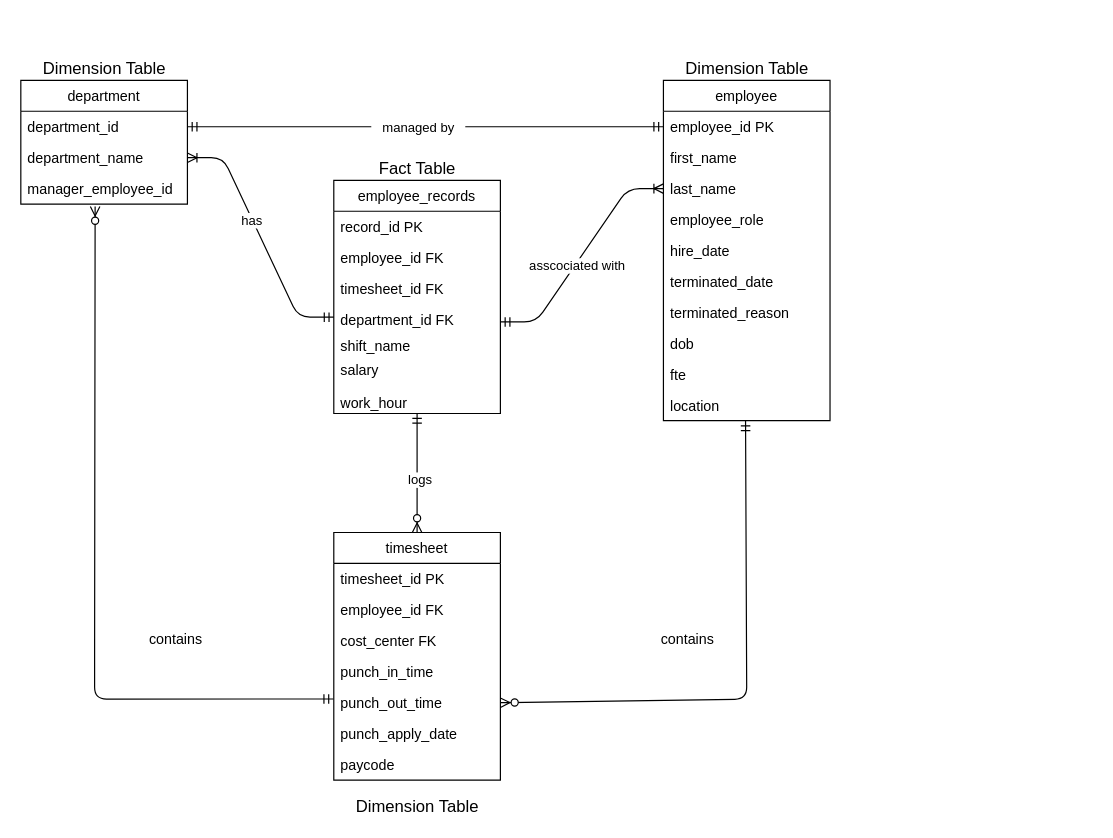
Before: assignment-day-1/docs/er-logical.drawio in nischalbadal/data-warehouse-assignments-leapfrog, a draw.io diagram. Source tidied: cells renumbered, new cells numbered last; positions are measured from the earlier drawing's top-left corner, leaving out a move shared by most shapes. Both pictures are drawn from the tidied source at 119%, with x=0, y=0 at pixel (20, 56).
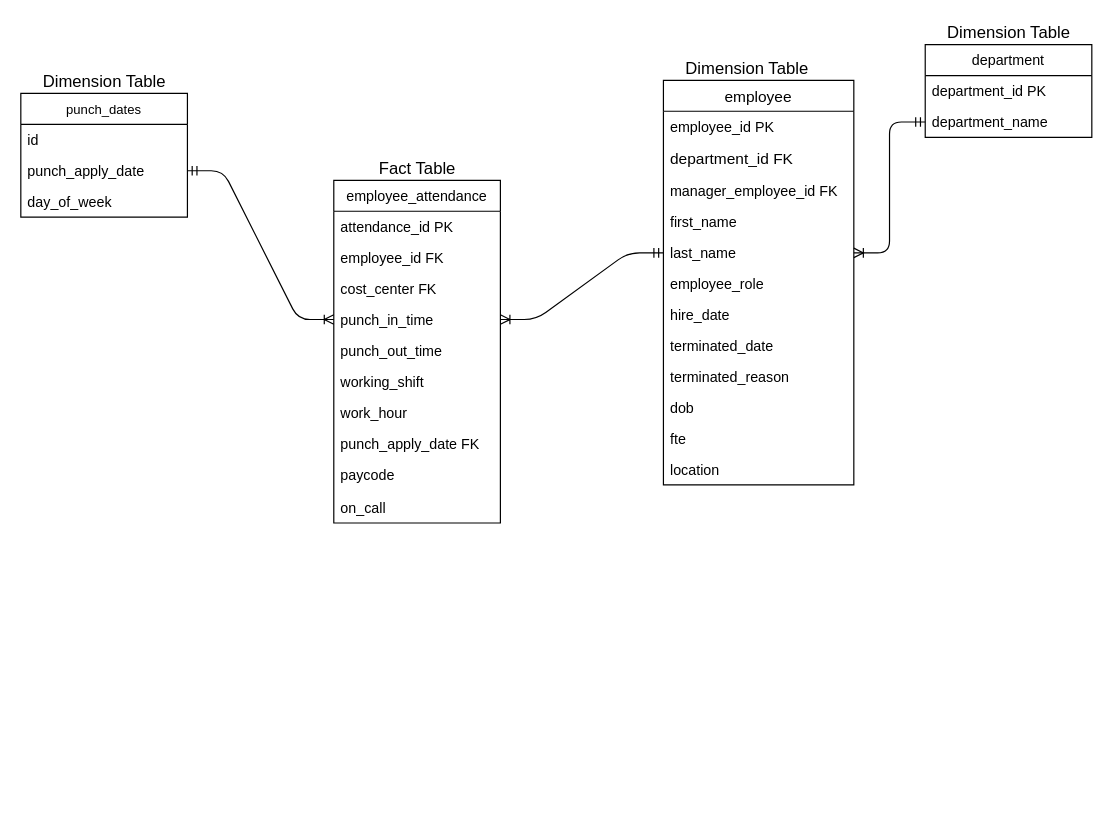
The same diagram, later.

Commit message (it also covers changes not shown here):
fixed document extension to .md

Unchanged cells that the change refers to:
```xml
<mxCell id="12" value="department_name" style="text;strokeColor=none;fillColor=none;align=left;verticalAlign=top;spacingLeft=4;spacingRight=4;overflow=hidden;points=[[0,0.5],[1,0.5]];portConstraint=eastwest;" parent="10" vertex="1">
  <mxGeometry y="52" width="140" height="26" as="geometry" />
</mxCell>
<mxCell id="33" value="punch_in_time" style="text;strokeColor=none;fillColor=none;align=left;verticalAlign=top;spacingLeft=4;spacingRight=4;overflow=hidden;points=[[0,0.5],[1,0.5]];portConstraint=eastwest;" parent="29" vertex="1">
  <mxGeometry y="104" width="140" height="26" as="geometry" />
</mxCell>
<mxCell id="34" value="punch_out_time" style="text;strokeColor=none;fillColor=none;align=left;verticalAlign=top;spacingLeft=4;spacingRight=4;overflow=hidden;points=[[0,0.5],[1,0.5]];portConstraint=eastwest;" parent="29" vertex="1">
  <mxGeometry y="130" width="140" height="26" as="geometry" />
</mxCell>
```

Change to the diagram source:
```diff
@@
-    <mxCell id="2" value="employee_records" style="swimlane;fontStyle=0;horizontal=1;startSize=26;" parent="1" vertex="1">
-      <mxGeometry x="263" y="104" width="140" height="196" as="geometry" />
-    </mxCell>
-    <mxCell id="3" value="record_id PK" style="text;strokeColor=none;fillColor=none;align=left;verticalAlign=top;spacingLeft=4;spacingRight=4;overflow=hidden;" parent="2" vertex="1">
-      <mxGeometry y="26" width="140" height="26" as="geometry" />
-    </mxCell>
-    <mxCell id="4" value="employee_id FK&#10;" style="text;strokeColor=none;fillColor=none;align=left;verticalAlign=top;spacingLeft=4;spacingRight=4;overflow=hidden;" parent="2" vertex="1">
-      <mxGeometry y="52" width="140" height="26" as="geometry" />
-    </mxCell>
-    <mxCell id="5" value="timesheet_id FK" style="text;strokeColor=none;fillColor=none;align=left;verticalAlign=top;spacingLeft=4;spacingRight=4;overflow=hidden;" parent="2" vertex="1">
-      <mxGeometry y="78" width="140" height="26" as="geometry" />
-    </mxCell>
-    <mxCell id="6" value="department_id FK" style="text;strokeColor=none;fillColor=none;align=left;verticalAlign=top;spacingLeft=4;spacingRight=4;overflow=hidden;points=[[0,0.5],[1,0.5]];portConstraint=eastwest;" parent="2" vertex="1">
-      <mxGeometry y="104" width="140" height="22" as="geometry" />
-    </mxCell>
-    <mxCell id="7" value="shift_name" style="text;strokeColor=none;fillColor=none;align=left;verticalAlign=top;spacingLeft=4;spacingRight=4;overflow=hidden;" parent="2" vertex="1">
-      <mxGeometry y="126" width="140" height="20" as="geometry" />
-    </mxCell>
-    <mxCell id="8" value="salary" style="text;strokeColor=none;fillColor=none;align=left;verticalAlign=top;spacingLeft=4;spacingRight=4;overflow=hidden;" parent="2" vertex="1">
-      <mxGeometry y="146" width="140" height="28" as="geometry" />
-    </mxCell>
-    <mxCell id="9" value="work_hour" style="text;strokeColor=none;fillColor=none;align=left;verticalAlign=top;spacingLeft=4;spacingRight=4;overflow=hidden;" parent="2" vertex="1">
-      <mxGeometry y="174" width="140" height="22" as="geometry" />
-    </mxCell>
     <mxCell id="10" value="department" style="swimlane;fontStyle=0;horizontal=1;startSize=26;" parent="1" vertex="1">
-      <mxGeometry y="20" width="140" height="104" as="geometry" />
+      <mxGeometry x="760" y="-10" width="140" height="78" as="geometry" />
     </mxCell>
-    <mxCell id="11" value="department_id" style="text;strokeColor=none;fillColor=none;align=left;verticalAlign=top;spacingLeft=4;spacingRight=4;overflow=hidden;points=[[0,0.5],[1,0.5]];portConstraint=eastwest;" parent="10" vertex="1">
+    <mxCell id="11" value="department_id PK" style="text;strokeColor=none;fillColor=none;align=left;verticalAlign=top;spacingLeft=4;spacingRight=4;overflow=hidden;points=[[0,0.5],[1,0.5]];portConstraint=eastwest;" parent="10" vertex="1">
       <mxGeometry y="26" width="140" height="26" as="geometry" />
     </mxCell>
@@
-    <mxCell id="13" value="manager_employee_id" style="text;strokeColor=none;fillColor=none;align=left;verticalAlign=top;spacingLeft=4;spacingRight=4;overflow=hidden;points=[[0,0.5],[1,0.5]];portConstraint=eastwest;" parent="10" vertex="1">
-      <mxGeometry y="78" width="140" height="26" as="geometry" />
-    </mxCell>
-    <mxCell id="14" value="employee" style="swimlane;fontStyle=0;horizontal=1;startSize=26;" parent="1" vertex="1">
-      <mxGeometry x="540" y="20" width="140" height="286" as="geometry" />
+    <mxCell id="14" value="employee" style="swimlane;fontStyle=0;horizontal=1;startSize=26;fontSize=13;" parent="1" vertex="1">
+      <mxGeometry x="540" y="20" width="160" height="340" as="geometry" />
     </mxCell>
     <mxCell id="15" value="employee_id PK" style="text;strokeColor=none;fillColor=none;align=left;verticalAlign=top;spacingLeft=4;spacingRight=4;overflow=hidden;points=[[0,0.5],[1,0.5]];portConstraint=eastwest;" parent="14" vertex="1">
-      <mxGeometry y="26" width="140" height="26" as="geometry" />
+      <mxGeometry y="26" width="160" height="26" as="geometry" />
     </mxCell>
+    <mxCell id="6" value="department_id FK&#10;" style="text;strokeColor=none;fillColor=none;align=left;verticalAlign=top;spacingLeft=4;spacingRight=4;overflow=hidden;points=[[0,0.5],[1,0.5]];portConstraint=eastwest;fontSize=13;" parent="14" vertex="1">
+      <mxGeometry y="52" width="160" height="28" as="geometry" />
+    </mxCell>
+    <mxCell id="49" value="manager_employee_id FK" style="text;strokeColor=none;fillColor=none;align=left;verticalAlign=top;spacingLeft=4;spacingRight=4;overflow=hidden;" parent="14" vertex="1">
+      <mxGeometry y="80" width="160" height="26" as="geometry" />
+    </mxCell>
     <mxCell id="16" value="first_name" style="text;strokeColor=none;fillColor=none;align=left;verticalAlign=top;spacingLeft=4;spacingRight=4;overflow=hidden;" parent="14" vertex="1">
-      <mxGeometry y="52" width="140" height="26" as="geometry" />
+      <mxGeometry y="106" width="160" height="26" as="geometry" />
     </mxCell>
     <mxCell id="17" value="last_name" style="text;strokeColor=none;fillColor=none;align=left;verticalAlign=top;spacingLeft=4;spacingRight=4;overflow=hidden;points=[[0,0.5],[1,0.5]];portConstraint=eastwest;" parent="14" vertex="1">
-      <mxGeometry y="78" width="140" height="26" as="geometry" />
+      <mxGeometry y="132" width="160" height="26" as="geometry" />
     </mxCell>
     <mxCell id="18" value="employee_role" style="text;strokeColor=none;fillColor=none;align=left;verticalAlign=top;spacingLeft=4;spacingRight=4;overflow=hidden;" parent="14" vertex="1">
-      <mxGeometry y="104" width="140" height="26" as="geometry" />
+      <mxGeometry y="158" width="160" height="26" as="geometry" />
     </mxCell>
     <mxCell id="19" value="hire_date" style="text;strokeColor=none;fillColor=none;align=left;verticalAlign=top;spacingLeft=4;spacingRight=4;overflow=hidden;" parent="14" vertex="1">
-      <mxGeometry y="130" width="140" height="26" as="geometry" />
+      <mxGeometry y="184" width="160" height="26" as="geometry" />
     </mxCell>
     <mxCell id="20" value="terminated_date" style="text;strokeColor=none;fillColor=none;align=left;verticalAlign=top;spacingLeft=4;spacingRight=4;overflow=hidden;" parent="14" vertex="1">
-      <mxGeometry y="156" width="140" height="26" as="geometry" />
+      <mxGeometry y="210" width="160" height="26" as="geometry" />
     </mxCell>
     <mxCell id="21" value="terminated_reason    " style="text;strokeColor=none;fillColor=none;align=left;verticalAlign=top;spacingLeft=4;spacingRight=4;overflow=hidden;" parent="14" vertex="1">
-      <mxGeometry y="182" width="140" height="26" as="geometry" />
+      <mxGeometry y="236" width="160" height="26" as="geometry" />
     </mxCell>
     <mxCell id="22" value="dob" style="text;strokeColor=none;fillColor=none;align=left;verticalAlign=top;spacingLeft=4;spacingRight=4;overflow=hidden;" parent="14" vertex="1">
-      <mxGeometry y="208" width="140" height="26" as="geometry" />
+      <mxGeometry y="262" width="160" height="26" as="geometry" />
     </mxCell>
     <mxCell id="23" value="fte" style="text;strokeColor=none;fillColor=none;align=left;verticalAlign=top;spacingLeft=4;spacingRight=4;overflow=hidden;" parent="14" vertex="1">
-      <mxGeometry y="234" width="140" height="26" as="geometry" />
+      <mxGeometry y="288" width="160" height="26" as="geometry" />
     </mxCell>
     <mxCell id="24" value="location" style="text;strokeColor=none;fillColor=none;align=left;verticalAlign=top;spacingLeft=4;spacingRight=4;overflow=hidden;points=[[0,0.5],[1,0.5]];portConstraint=eastwest;" parent="14" vertex="1">
-      <mxGeometry y="260" width="140" height="26" as="geometry" />
+      <mxGeometry y="314" width="160" height="26" as="geometry" />
     </mxCell>
@@
     <mxCell id="27" value="&lt;font style=&quot;font-size: 14px&quot;&gt;Dimension Table&lt;/font&gt;" style="text;html=1;align=center;verticalAlign=middle;strokeColor=none;fillColor=none;" parent="1" vertex="1">
-      <mxGeometry x="10" width="120" height="20" as="geometry" />
+      <mxGeometry x="10" y="11" width="120" height="20" as="geometry" />
     </mxCell>
-    <mxCell id="28" value="&lt;font style=&quot;font-size: 14px&quot;&gt;Dimension Table&lt;/font&gt;" style="text;html=1;align=center;verticalAlign=middle;strokeColor=none;fillColor=none;" parent="1" vertex="1">
-      <mxGeometry x="273" y="620" width="120" height="20" as="geometry" />
-    </mxCell>
-    <mxCell id="29" value="timesheet" style="swimlane;fontStyle=0;horizontal=1;startSize=26;" parent="1" vertex="1">
-      <mxGeometry x="263" y="400" width="140" height="208" as="geometry" />
+    <mxCell id="29" value="employee_attendance" style="swimlane;fontStyle=0;horizontal=1;startSize=26;" parent="1" vertex="1">
+      <mxGeometry x="263" y="104" width="140" height="288" as="geometry" />
     </mxCell>
+    <mxCell id="50" value="attendance_id PK" style="text;strokeColor=none;fillColor=none;align=left;verticalAlign=top;spacingLeft=4;spacingRight=4;overflow=hidden;" parent="29" vertex="1">
+      <mxGeometry y="26" width="140" height="26" as="geometry" />
+    </mxCell>
-    <mxCell id="30" value="timesheet_id PK" style="text;strokeColor=none;fillColor=none;align=left;verticalAlign=top;spacingLeft=4;spacingRight=4;overflow=hidden;" parent="29" vertex="1">
-      <mxGeometry y="26" width="140" height="26" as="geometry" />
+    <mxCell id="30" value="employee_id FK" style="text;strokeColor=none;fillColor=none;align=left;verticalAlign=top;spacingLeft=4;spacingRight=4;overflow=hidden;" parent="29" vertex="1">
+      <mxGeometry y="52" width="140" height="26" as="geometry" />
     </mxCell>
-    <mxCell id="31" value="employee_id FK" style="text;strokeColor=none;fillColor=none;align=left;verticalAlign=top;spacingLeft=4;spacingRight=4;overflow=hidden;" parent="29" vertex="1">
-      <mxGeometry y="52" width="140" height="26" as="geometry" />
-    </mxCell>
@@
+    <mxCell id="51" value="working_shift" style="text;strokeColor=none;fillColor=none;align=left;verticalAlign=top;spacingLeft=4;spacingRight=4;overflow=hidden;" parent="29" vertex="1">
+      <mxGeometry y="156" width="140" height="26" as="geometry" />
+    </mxCell>
+    <mxCell id="9" value="work_hour" style="text;strokeColor=none;fillColor=none;align=left;verticalAlign=top;spacingLeft=4;spacingRight=4;overflow=hidden;" parent="29" vertex="1">
+      <mxGeometry y="182" width="140" height="26" as="geometry" />
+    </mxCell>
-    <mxCell id="35" value="punch_apply_date" style="text;strokeColor=none;fillColor=none;align=left;verticalAlign=top;spacingLeft=4;spacingRight=4;overflow=hidden;" parent="29" vertex="1">
-      <mxGeometry y="156" width="140" height="26" as="geometry" />
+    <mxCell id="35" value="punch_apply_date FK" style="text;strokeColor=none;fillColor=none;align=left;verticalAlign=top;spacingLeft=4;spacingRight=4;overflow=hidden;" parent="29" vertex="1">
+      <mxGeometry y="208" width="140" height="26" as="geometry" />
     </mxCell>
     <mxCell id="36" value="paycode" style="text;strokeColor=none;fillColor=none;align=left;verticalAlign=top;spacingLeft=4;spacingRight=4;overflow=hidden;" parent="29" vertex="1">
-      <mxGeometry y="182" width="140" height="26" as="geometry" />
+      <mxGeometry y="234" width="140" height="28" as="geometry" />
     </mxCell>
+    <mxCell id="52" value="on_call" style="text;strokeColor=none;fillColor=none;align=left;verticalAlign=top;spacingLeft=4;spacingRight=4;overflow=hidden;" parent="29" vertex="1">
+      <mxGeometry y="262" width="140" height="26" as="geometry" />
+    </mxCell>
-    <mxCell id="37" style="edgeStyle=entityRelationEdgeStyle;fontSize=12;html=1;endArrow=ERoneToMany;startArrow=ERmandOne;entryX=0;entryY=0.5;entryDx=0;entryDy=0;" parent="1" edge="1" target="17">
-      <mxGeometry relative="1" as="geometry">
-        <mxPoint x="403" y="223" as="sourcePoint" />
-      </mxGeometry>
+    <mxCell id="37" style="edgeStyle=entityRelationEdgeStyle;fontSize=12;html=1;endArrow=ERoneToMany;startArrow=ERmandOne;entryX=1;entryY=0.5;entryDx=0;entryDy=0;exitX=0;exitY=0.5;exitDx=0;exitDy=0;" parent="1" edge="1" source="17" target="33">
+      <mxGeometry relative="1" as="geometry" />
     </mxCell>
-    <mxCell id="38" value="asscociated with&amp;nbsp;" style="edgeLabel;html=1;align=center;verticalAlign=middle;" parent="37" vertex="1">
-      <mxGeometry x="-0.09" y="-2" relative="1" as="geometry" />
-    </mxCell>
-    <mxCell id="39" style="fontSize=12;html=1;endArrow=ERzeroToMany;startArrow=ERmandOne;entryX=0.5;entryY=0;entryDx=0;entryDy=0;" parent="1" edge="1" target="29">
-      <mxGeometry relative="1" as="geometry">
-        <mxPoint x="333" y="300" as="sourcePoint" />
-        <Array as="points">
-          <mxPoint x="333" y="320" />
-        </Array>
-      </mxGeometry>
-    </mxCell>
-    <mxCell id="40" style="fontSize=12;html=1;endArrow=ERzeroToMany;startArrow=ERmandOne;entryX=0.446;entryY=1.077;entryDx=0;entryDy=0;entryPerimeter=0;exitX=-0.002;exitY=0.38;exitDx=0;exitDy=0;exitPerimeter=0;" parent="1" edge="1" source="34" target="13">
-      <mxGeometry relative="1" as="geometry">
-        <Array as="points">
-          <mxPoint x="62" y="540" />
-          <mxPoint x="62" y="500" />
-        </Array>
-      </mxGeometry>
-    </mxCell>
-    <mxCell id="41" style="fontSize=12;html=1;endArrow=ERzeroToMany;startArrow=ERmandOne;entryX=1;entryY=0.5;entryDx=0;entryDy=0;exitX=0.493;exitY=1.014;exitDx=0;exitDy=0;exitPerimeter=0;" parent="1" edge="1" source="24" target="34">
-      <mxGeometry relative="1" as="geometry">
-        <Array as="points">
-          <mxPoint x="610" y="540" />
-        </Array>
-      </mxGeometry>
-    </mxCell>
-    <mxCell id="42" style="edgeStyle=entityRelationEdgeStyle;fontSize=12;html=1;endArrow=ERoneToMany;startArrow=ERmandOne;entryX=1;entryY=0.5;entryDx=0;entryDy=0;exitX=0;exitY=0.5;exitDx=0;exitDy=0;" parent="1" edge="1" source="6" target="12">
-      <mxGeometry relative="1" as="geometry" />
-    </mxCell>
-    <mxCell id="43" value="&amp;nbsp; has&amp;nbsp;&amp;nbsp;" style="edgeLabel;html=1;align=center;verticalAlign=middle;" parent="42" vertex="1">
-      <mxGeometry x="0.16" y="2" relative="1" as="geometry">
-        <mxPoint x="1" as="offset" />
-      </mxGeometry>
-    </mxCell>
-    <mxCell id="44" style="fontSize=12;html=1;endArrow=ERmandOne;startArrow=ERmandOne;entryX=0;entryY=0.5;entryDx=0;entryDy=0;exitX=1;exitY=0.5;exitDx=0;exitDy=0;" parent="1" edge="1" source="11" target="15">
-      <mxGeometry relative="1" as="geometry" />
-    </mxCell>
-    <mxCell id="45" value="&amp;nbsp; &amp;nbsp;managed by&amp;nbsp; &amp;nbsp;" style="edgeLabel;html=1;align=center;verticalAlign=middle;" parent="44" vertex="1">
-      <mxGeometry x="-0.12" y="5" relative="1" as="geometry">
-        <mxPoint x="17" y="5" as="offset" />
-      </mxGeometry>
-    </mxCell>
-    <mxCell id="46" value="logs&amp;nbsp;" style="edgeLabel;html=1;align=center;verticalAlign=middle;" parent="1" vertex="1">
-      <mxGeometry x="333" y="370" as="geometry">
-        <mxPoint x="3" y="-15" as="offset" />
-      </mxGeometry>
-    </mxCell>
-    <mxCell id="47" value="contains" style="text;html=1;align=center;verticalAlign=middle;strokeColor=none;fillColor=none;" parent="1" vertex="1">
-      <mxGeometry x="530" y="480" width="60" height="20" as="geometry" />
-    </mxCell>
-    <mxCell id="48" value="contains" style="text;html=1;align=center;verticalAlign=middle;strokeColor=none;fillColor=none;" parent="1" vertex="1">
-      <mxGeometry x="100" y="480" width="60" height="20" as="geometry" />
-    </mxCell>
+    <mxCell id="53" style="edgeStyle=entityRelationEdgeStyle;fontSize=12;html=1;endArrow=ERoneToMany;startArrow=ERmandOne;entryX=1;entryY=0.5;entryDx=0;entryDy=0;exitX=0;exitY=0.5;exitDx=0;exitDy=0;" parent="1" edge="1" source="12" target="17">
+      <mxGeometry relative="1" as="geometry" />
+    </mxCell>
+    <mxCell id="54" value="punch_dates" style="swimlane;fontStyle=0;horizontal=1;startSize=26;fontSize=11;" parent="1" vertex="1">
+      <mxGeometry y="31" width="140" height="104" as="geometry" />
+    </mxCell>
+    <mxCell id="55" value="id" style="text;strokeColor=none;fillColor=none;align=left;verticalAlign=top;spacingLeft=4;spacingRight=4;overflow=hidden;" parent="54" vertex="1">
+      <mxGeometry y="26" width="140" height="26" as="geometry" />
+    </mxCell>
+    <mxCell id="56" value="punch_apply_date" style="text;strokeColor=none;fillColor=none;align=left;verticalAlign=top;spacingLeft=4;spacingRight=4;overflow=hidden;points=[[0,0.5],[1,0.5]];portConstraint=eastwest;" parent="54" vertex="1">
+      <mxGeometry y="52" width="140" height="26" as="geometry" />
+    </mxCell>
+    <mxCell id="57" value="day_of_week" style="text;strokeColor=none;fillColor=none;align=left;verticalAlign=top;spacingLeft=4;spacingRight=4;overflow=hidden;" parent="54" vertex="1">
+      <mxGeometry y="78" width="140" height="26" as="geometry" />
+    </mxCell>
+    <mxCell id="58" style="edgeStyle=entityRelationEdgeStyle;fontSize=12;html=1;endArrow=ERoneToMany;startArrow=ERmandOne;entryX=0;entryY=0.5;entryDx=0;entryDy=0;exitX=1;exitY=0.5;exitDx=0;exitDy=0;" parent="1" edge="1" source="56" target="33">
+      <mxGeometry relative="1" as="geometry" />
+    </mxCell>
+    <mxCell id="28" value="&lt;font style=&quot;font-size: 14px&quot;&gt;Dimension Table&lt;/font&gt;" style="text;html=1;align=center;verticalAlign=middle;strokeColor=none;fillColor=none;" parent="1" vertex="1">
+      <mxGeometry x="770" y="-30" width="120" height="20" as="geometry" />
+    </mxCell>
```
